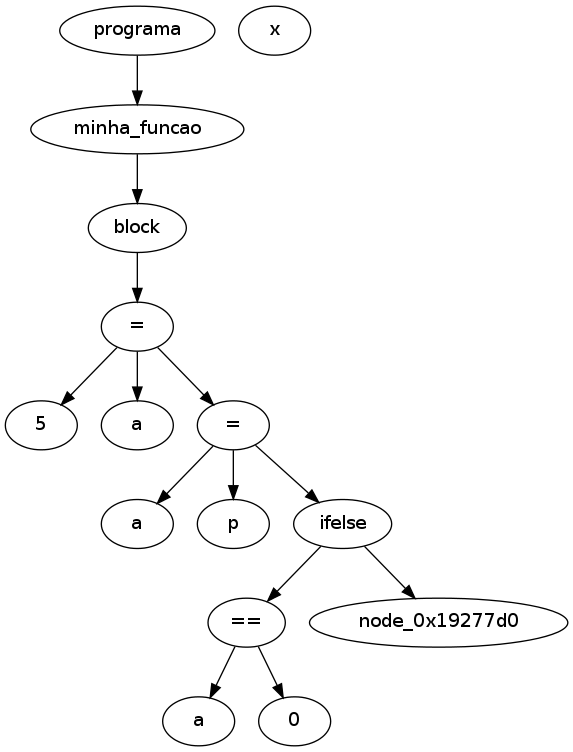
The Graphviz diagram build/saida.png in clemilsondias/TrabalhoCompiladores, before a commit. Its source is kept beside it as build/saida.dot. Its diagram source:
```dot
digraph G {
node_0x1927570 [label="5"]
node_0x1927590 [label="="]
node_0x19275c0 [label="a"]
node_0x1927590 -> node_0x19275c0
node_0x1927590 -> node_0x1927570
node_0x1927630 [label="a"]
node_0x1927650 [label="="]
node_0x1927680 [label="p"]
node_0x1927650 -> node_0x1927680
node_0x1927650 -> node_0x1927630
node_0x19276a0 [label="a"]
node_0x1927710 [label="0"]
node_0x1927730 [label="=="]
node_0x1927730 -> node_0x19276a0
node_0x1927730 -> node_0x1927710
node_0x19277b0 [label="x"]
node_0x1927800 [label="ifelse"]
node_0x1927800 -> node_0x1927730
node_0x1927800 -> node_0x19277d0
node_0x1927650 -> node_0x1927800
node_0x1927590 -> node_0x1927650
node_0x1927840 [label="block"]
node_0x1927840 -> node_0x1927590
node_0x1927870 [label="minha_funcao"]
node_0x1927870 -> node_0x1927840
node_0x19278a0 [label="programa"]
node_0x19278a0 -> node_0x1927870
}
```
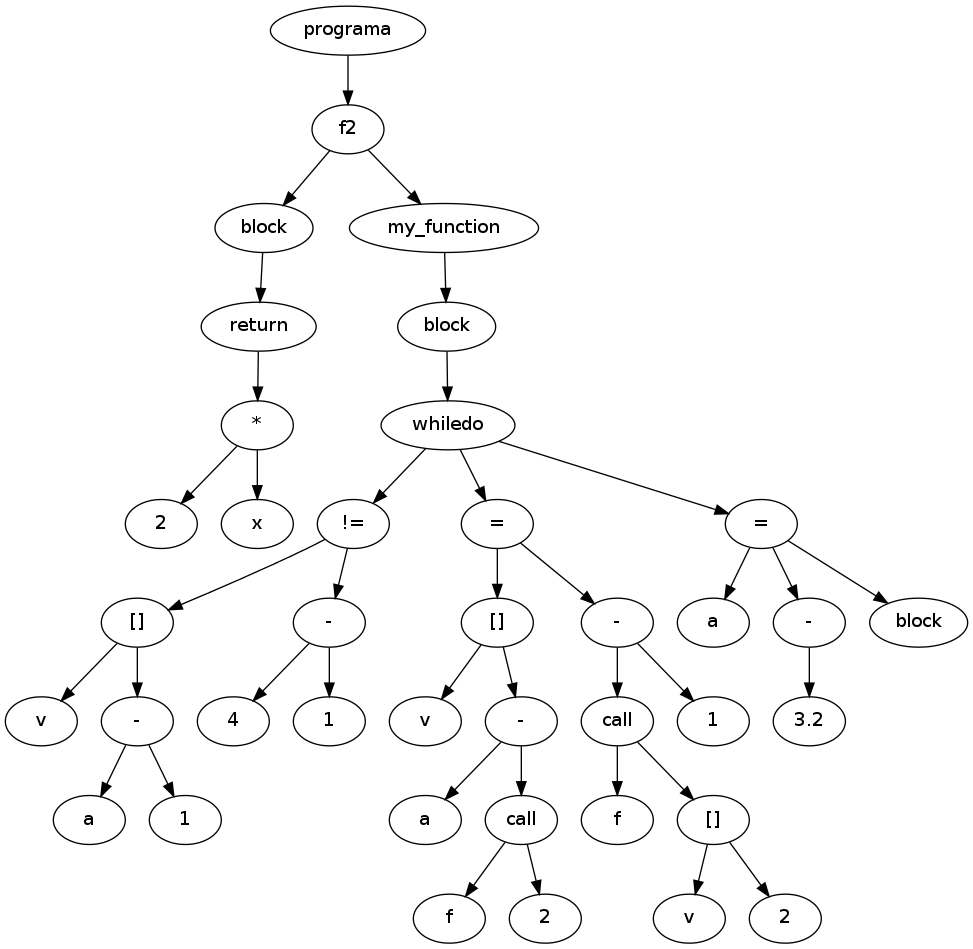
After the commit.

The edit, as a diff of the source:
```diff
@@ -1,29 +1,79 @@
 digraph G {
-node_0x1927570 [label="5"]
-node_0x1927590 [label="="]
-node_0x19275c0 [label="a"]
-node_0x1927590 -> node_0x19275c0
-node_0x1927590 -> node_0x1927570
-node_0x1927630 [label="a"]
-node_0x1927650 [label="="]
-node_0x1927680 [label="p"]
-node_0x1927650 -> node_0x1927680
-node_0x1927650 -> node_0x1927630
-node_0x19276a0 [label="a"]
-node_0x1927710 [label="0"]
-node_0x1927730 [label="=="]
-node_0x1927730 -> node_0x19276a0
-node_0x1927730 -> node_0x1927710
-node_0x19277b0 [label="x"]
-node_0x1927800 [label="ifelse"]
-node_0x1927800 -> node_0x1927730
-node_0x1927800 -> node_0x19277d0
-node_0x1927650 -> node_0x1927800
-node_0x1927590 -> node_0x1927650
-node_0x1927840 [label="block"]
-node_0x1927840 -> node_0x1927590
-node_0x1927870 [label="minha_funcao"]
-node_0x1927870 -> node_0x1927840
-node_0x19278a0 [label="programa"]
-node_0x19278a0 -> node_0x1927870
+node_0x1b58520 [label="2"]
+node_0x1b58540 [label="x"]
+node_0x1b58560 [label="*"]
+node_0x1b58560 -> node_0x1b58520
+node_0x1b58560 -> node_0x1b58540
+node_0x1b58590 [label="return"]
+node_0x1b58590 -> node_0x1b58560
+node_0x1b585c0 [label="block"]
+node_0x1b585c0 -> node_0x1b58590
+node_0x1b585f0 [label="f2"]
+node_0x1b585f0 -> node_0x1b585c0
+node_0x1b58670 [label="v"]
+node_0x1b58690 [label="a"]
+node_0x1b58700 [label="1"]
+node_0x1b58720 [label="-"]
+node_0x1b58720 -> node_0x1b58690
+node_0x1b58720 -> node_0x1b58700
+node_0x1b58750 [label="[]"]
+node_0x1b58750 -> node_0x1b58670
+node_0x1b58750 -> node_0x1b58720
+node_0x1b587d0 [label="4"]
+node_0x1b587f0 [label="1"]
+node_0x1b58810 [label="-"]
+node_0x1b58810 -> node_0x1b587d0
+node_0x1b58810 -> node_0x1b587f0
+node_0x1b58840 [label="!="]
+node_0x1b58840 -> node_0x1b58750
+node_0x1b58840 -> node_0x1b58810
+node_0x1b58870 [label="v"]
+node_0x1b58890 [label="[]"]
+node_0x1b588c0 [label="a"]
+node_0x1b58930 [label="f"]
+node_0x1b58950 [label="2"]
+node_0x1b58970 [label="call"]
+node_0x1b58970 -> node_0x1b58930
+node_0x1b58970 -> node_0x1b58950
+node_0x1b589a0 [label="-"]
+node_0x1b589a0 -> node_0x1b588c0
+node_0x1b589a0 -> node_0x1b58970
+node_0x1b589d0 [label="f"]
+node_0x1b589f0 [label="v"]
+node_0x1b58a10 [label="2"]
+node_0x1b58a30 [label="[]"]
+node_0x1b58a30 -> node_0x1b589f0
+node_0x1b58a30 -> node_0x1b58a10
+node_0x1b58a60 [label="call"]
+node_0x1b58a60 -> node_0x1b589d0
+node_0x1b58a60 -> node_0x1b58a30
+node_0x1b58a90 [label="1"]
+node_0x1b58ab0 [label="-"]
+node_0x1b58ab0 -> node_0x1b58a60
+node_0x1b58ab0 -> node_0x1b58a90
+node_0x1b58ae0 [label="="]
+node_0x1b58ae0 -> node_0x1b58890
+node_0x1b58ae0 -> node_0x1b58ab0
+node_0x1b58890 -> node_0x1b58870
+node_0x1b58890 -> node_0x1b589a0
+node_0x1b58b10 [label="whiledo"]
+node_0x1b58b10 -> node_0x1b58840
+node_0x1b58b10 -> node_0x1b58ae0
+node_0x1b58b40 [label="a"]
+node_0x1b58bb0 [label="3.2"]
+node_0x1b58bd0 [label="-"]
+node_0x1b58bd0 -> node_0x1b58bb0
+node_0x1b58c00 [label="="]
+node_0x1b58c00 -> node_0x1b58b40
+node_0x1b58c00 -> node_0x1b58bd0
+node_0x1b58c30 [label="block"]
+node_0x1b58c00 -> node_0x1b58c30
+node_0x1b58b10 -> node_0x1b58c00
+node_0x1b58c60 [label="block"]
+node_0x1b58c60 -> node_0x1b58b10
+node_0x1b58c90 [label="my_function"]
+node_0x1b58c90 -> node_0x1b58c60
+node_0x1b585f0 -> node_0x1b58c90
+node_0x1b58cc0 [label="programa"]
+node_0x1b58cc0 -> node_0x1b585f0
 }
```
